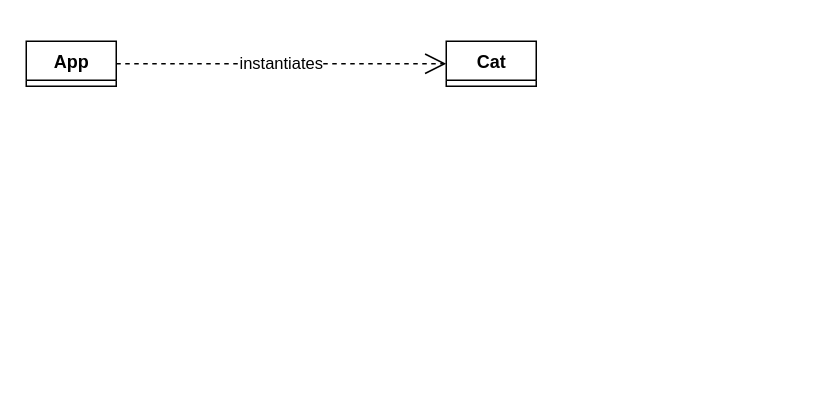
The draw.io diagram com/cc/java/drawio.drawio in jy4education-gif/02b_Klassen_Objekte_2, before the edit. Source tidied: cells renumbered, new cells numbered last; positions are measured from the earlier drawing's top-left corner, leaving out a move shared by most shapes. Both pictures are drawn from the tidied source at 150%, with x=0, y=0 at pixel (26, 40).
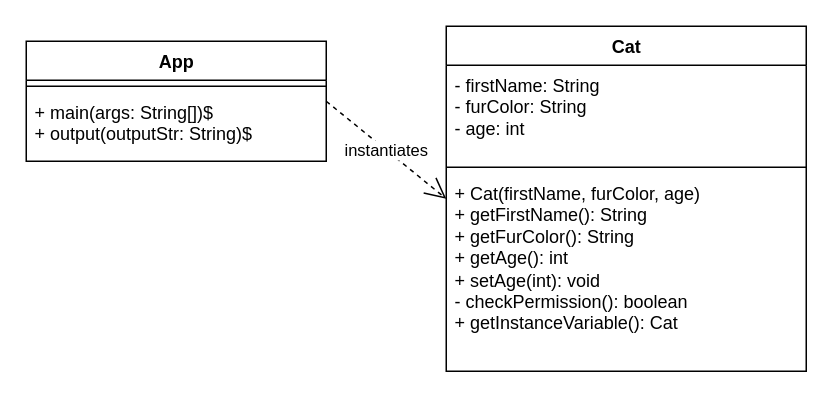
Above is the later version.

Commit message (it also covers changes not shown here):
Klassendiagramm angelegt

The edit, as a diff of the source:
```diff
@@
 <mxGraphModel>
   <root>
     <mxCell id="0" />
     <mxCell id="1" parent="0" />
-    <mxCell id="2" value="App" style="swimlane;fontStyle=1;align=center;verticalAlign=top;horizontal=1;startSize=26;resizeLastChild=0;html=1;" parent="1" vertex="1" collapsed="1">
-      <mxGeometry width="60" height="30" as="geometry" />
+    <mxCell id="2" value="App" style="swimlane;fontStyle=1;align=center;verticalAlign=top;horizontal=1;startSize=26;resizeLastChild=0;html=1;" parent="1" vertex="1">
+      <mxGeometry width="200" height="80" as="geometry" />
     </mxCell>
+    <mxCell id="5" style="line;strokeWidth=1;fillColor=none;align=left;verticalAlign=middle;spacingLeft=8;spacingRight=8;strokeColor=inherit;html=1;" parent="2" vertex="1">
+      <mxGeometry y="26" width="200" height="8" as="geometry" />
+    </mxCell>
+    <mxCell id="6" value="+ main(args: String[])$&#10;+ output(outputStr: String)$" style="text;strokeColor=none;fillColor=none;align=left;verticalAlign=top;spacingLeft=4;spacingRight=4;overflow=hidden;whiteSpace=wrap;html=1;" parent="2" vertex="1">
+      <mxGeometry y="34" width="200" height="46" as="geometry" />
+    </mxCell>
-    <mxCell id="3" value="Cat" style="swimlane;fontStyle=1;align=center;verticalAlign=top;horizontal=1;startSize=26;resizeLastChild=0;html=1;" parent="1" vertex="1" collapsed="1">
-      <mxGeometry x="280" width="60" height="30" as="geometry" />
+    <mxCell id="3" value="Cat" style="swimlane;fontStyle=1;align=center;verticalAlign=top;horizontal=1;startSize=26;resizeLastChild=0;html=1;" parent="1" vertex="1">
+      <mxGeometry x="280" y="-10" width="240" height="230" as="geometry" />
     </mxCell>
+    <mxCell id="7" value="- firstName: String&#10;- furColor: String&#10;- age: int" style="text;strokeColor=none;fillColor=none;align=left;verticalAlign=top;spacingLeft=4;spacingRight=4;overflow=hidden;whiteSpace=wrap;html=1;" parent="3" vertex="1">
+      <mxGeometry y="26" width="240" height="64" as="geometry" />
+    </mxCell>
+    <mxCell id="8" style="line;strokeWidth=1;fillColor=none;align=left;verticalAlign=middle;spacingLeft=8;spacingRight=8;strokeColor=inherit;html=1;" parent="3" vertex="1">
+      <mxGeometry y="90" width="240" height="8" as="geometry" />
+    </mxCell>
+    <mxCell id="9" value="+ Cat(firstName, furColor, age)&lt;br&gt;+ getFirstName(): String&lt;br&gt;+ getFurColor(): String&lt;br&gt;+ getAge(): int&lt;br&gt;+ setAge(int): void&lt;br&gt;- checkPermission(): boolean&lt;br&gt;+ getInstanceVariable(): Cat" style="text;strokeColor=none;fillColor=none;align=left;verticalAlign=top;spacingLeft=4;spacingRight=4;overflow=hidden;whiteSpace=wrap;html=1;" parent="3" vertex="1">
+      <mxGeometry y="98" width="240" height="132" as="geometry" />
+    </mxCell>
     <mxCell id="4" value="instantiates" style="endArrow=open;endSize=12;dashed=1;html=1;entryX=0;entryY=0.5;entryDx=0;entryDy=0;exitX=1;exitY=0.5;exitDx=0;exitDy=0;" parent="1" edge="1" source="2" target="3">
       <mxGeometry relative="1" as="geometry" />
     </mxCell>
   </root>
 </mxGraphModel>
```
